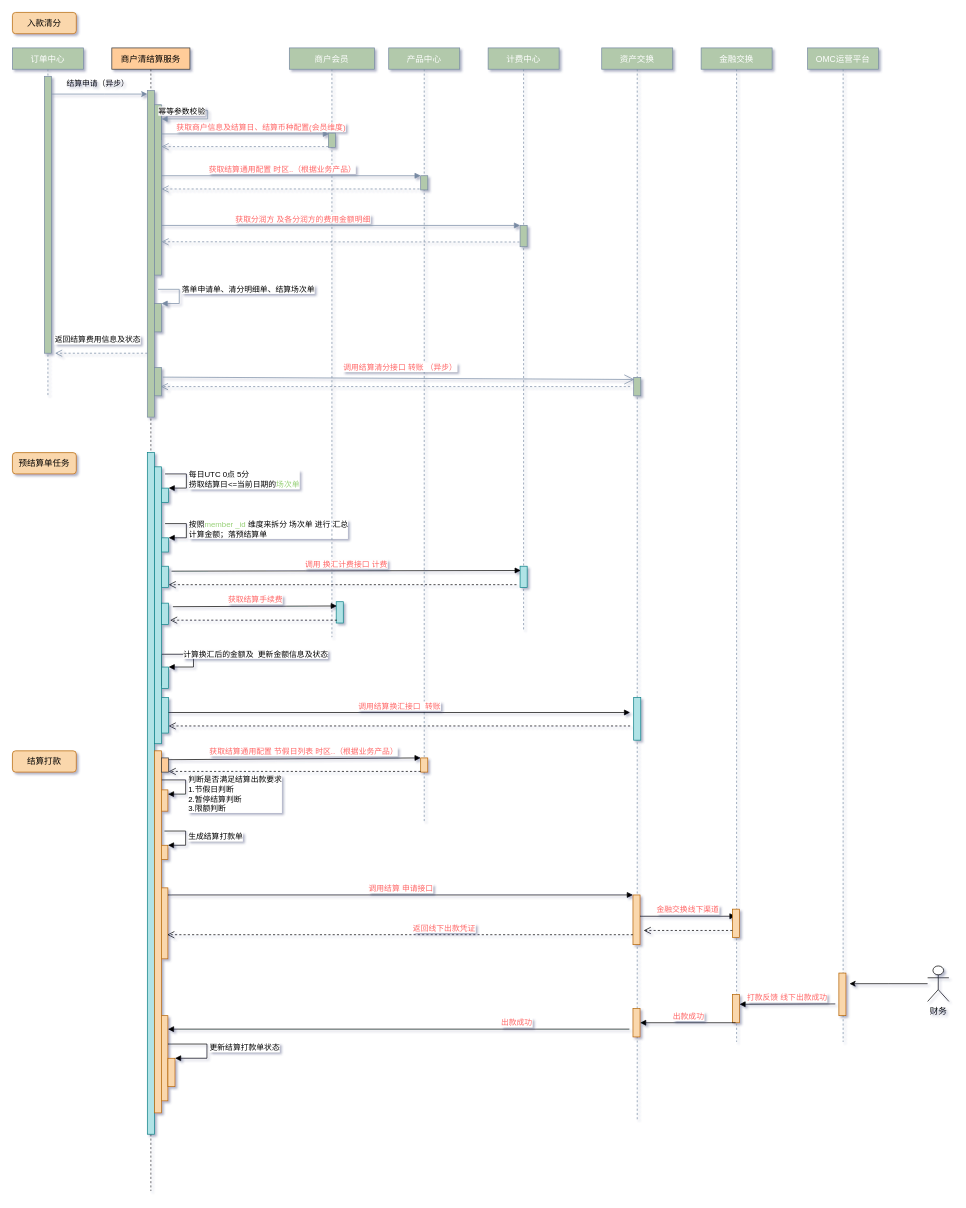
Above: merchant-settle/Untitled Diagram.drawio in DominicElvira/Diagrams (draw.io), before the change. Source tidied: cells renumbered, new cells numbered last; positions are measured from the earlier drawing's top-left corner, leaving out a move shared by most shapes. Both pictures are drawn from the tidied source at 71%, with x=0, y=0 at pixel (12, 12).
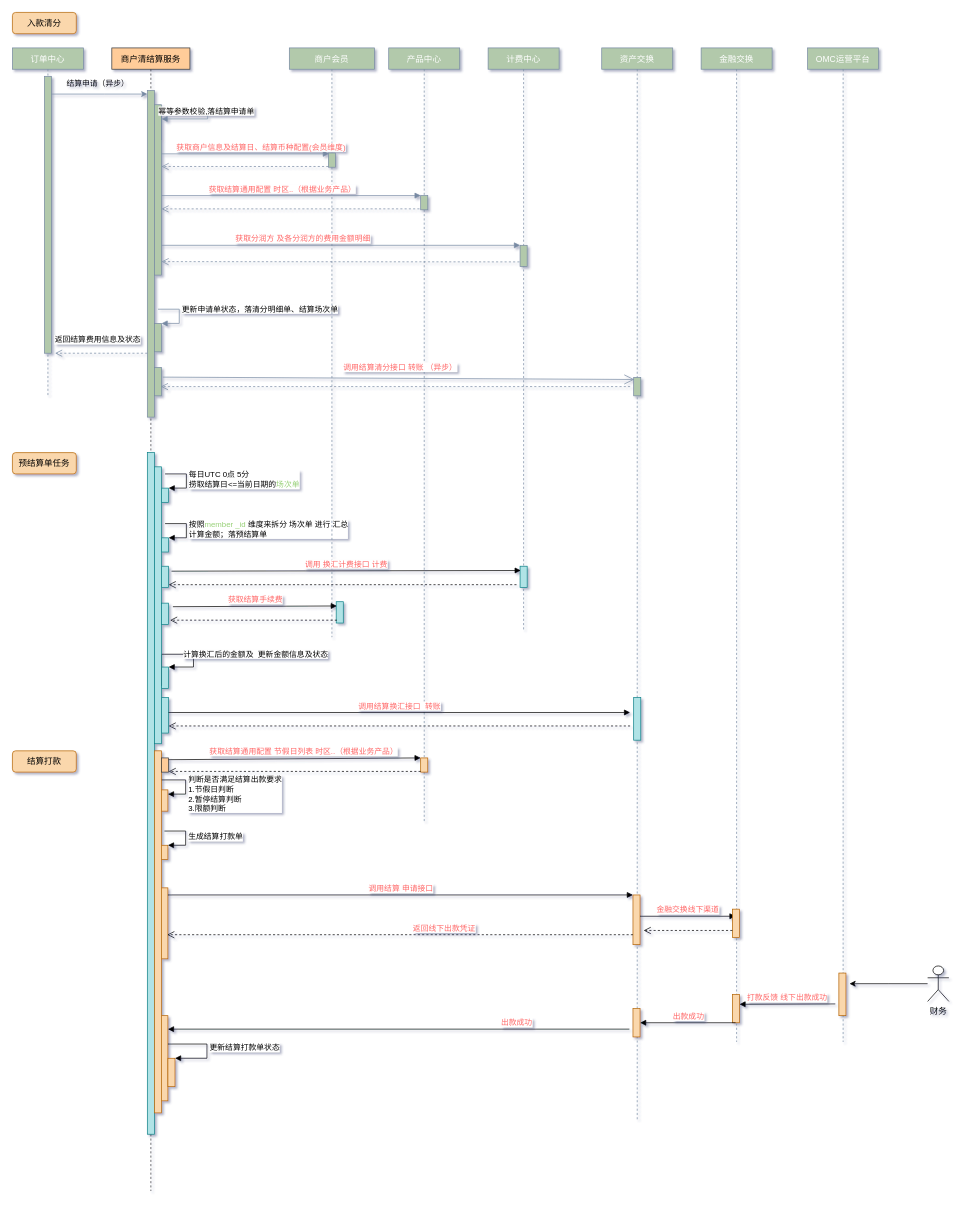
The same page after the edit.

Unchanged cells that the change refers to:
```xml
<mxCell id="4" value="商户清结算服务" style="shape=umlLifeline;perimeter=lifelinePerimeter;shadow=0;strokeWidth=1;fillColor=#ffcc99;strokeColor=#36393d;rounded=0;size=30;" parent="1" vertex="1">
  <mxGeometry x="140" y="50" width="110" height="1610" as="geometry" />
</mxCell>
<mxCell id="6" style="html=1;points=[];perimeter=orthogonalPerimeter;fontSize=11;fontColor=#000000;strokeColor=#788AA3;fillColor=#B2C9AB;" parent="4" vertex="1">
  <mxGeometry x="60" y="80" width="10" height="240" as="geometry" />
</mxCell>
<mxCell id="32" value="计费中心" style="shape=umlLifeline;perimeter=lifelinePerimeter;shadow=0;strokeWidth=1;fillColor=#B2C9AB;strokeColor=#788AA3;fontColor=#FFFFFF;rounded=0;size=30;" parent="1" vertex="1">
  <mxGeometry x="670" y="50" width="100" height="820" as="geometry" />
</mxCell>
<mxCell id="42" value="商户会员" style="shape=umlLifeline;perimeter=lifelinePerimeter;shadow=0;strokeWidth=1;fillColor=#B2C9AB;strokeColor=#788AA3;fontColor=#FFFFFF;rounded=0;size=30;" parent="1" vertex="1">
  <mxGeometry x="390" y="50" width="120" height="830" as="geometry" />
</mxCell>
<mxCell id="48" value="产品中心" style="shape=umlLifeline;perimeter=lifelinePerimeter;shadow=0;strokeWidth=1;fillColor=#B2C9AB;strokeColor=#788AA3;fontColor=#FFFFFF;rounded=0;size=30;" parent="1" vertex="1">
  <mxGeometry x="530" y="50" width="100" height="1090" as="geometry" />
</mxCell>
```

The edit, as a diff of the source:
```diff
@@
-    <mxCell id="7" value="幂等参数校验" style="edgeStyle=orthogonalEdgeStyle;html=1;align=left;spacingLeft=2;endArrow=block;rounded=0;fontSize=11;fontColor=#000000;strokeColor=#788AA3;fillColor=#B2C9AB;curved=0;exitX=1.003;exitY=0.207;exitDx=0;exitDy=0;exitPerimeter=0;" parent="4" edge="1" source="6" target="6">
+    <mxCell id="7" value="幂等参数校验,落结算申请单" style="edgeStyle=orthogonalEdgeStyle;html=1;align=left;spacingLeft=2;endArrow=block;rounded=0;fontSize=11;fontColor=#000000;strokeColor=#788AA3;fillColor=#B2C9AB;curved=0;exitX=1.003;exitY=0.207;exitDx=0;exitDy=0;exitPerimeter=0;" parent="4" edge="1" source="6" target="6">
       <mxGeometry x="-0.55" y="8" relative="1" as="geometry">
         <Array as="points">
           <mxPoint x="135" y="88" />
           <mxPoint x="135" y="100" />
         </Array>
       </mxGeometry>
     </mxCell>
     <mxCell id="8" style="html=1;points=[];perimeter=orthogonalPerimeter;fontSize=11;fontColor=#000000;strokeColor=#788AA3;fillColor=#B2C9AB;" parent="4" vertex="1">
-      <mxGeometry x="60" y="360" width="10" height="40" as="geometry" />
+      <mxGeometry x="60" y="388" width="10" height="40" as="geometry" />
     </mxCell>
-    <mxCell id="9" value="落单申请单、清分明细单、结算场次单" style="edgeStyle=orthogonalEdgeStyle;html=1;align=left;spacingLeft=2;endArrow=block;rounded=0;entryX=1;entryY=0;fontSize=11;fontColor=#000000;strokeColor=#788AA3;strokeWidth=1;fillColor=#B2C9AB;curved=0;jumpStyle=none;" parent="4" edge="1" target="8">
+    <mxCell id="9" value="更新申请单状态，落清分明细单、结算场次单" style="edgeStyle=orthogonalEdgeStyle;html=1;align=left;spacingLeft=2;endArrow=block;rounded=0;entryX=1;entryY=0;fontSize=11;fontColor=#000000;strokeColor=#788AA3;strokeWidth=1;fillColor=#B2C9AB;curved=0;jumpStyle=none;" parent="4" edge="1" target="8">
       <mxGeometry x="-0.2" relative="1" as="geometry">
-        <mxPoint x="65" y="340" as="sourcePoint" />
+        <mxPoint x="65" y="368" as="sourcePoint" />
         <Array as="points">
-          <mxPoint x="95" y="340" />
+          <mxPoint x="95" y="368" />
         </Array>
       </mxGeometry>
     </mxCell>
@@
     <mxCell id="33" style="html=1;points=[];perimeter=orthogonalPerimeter;fontSize=11;fontColor=#000000;strokeColor=#788AA3;fillColor=#B2C9AB;" parent="32" vertex="1">
-      <mxGeometry x="45" y="250" width="10" height="30" as="geometry" />
+      <mxGeometry x="45" y="278" width="10" height="30" as="geometry" />
     </mxCell>
@@
     <mxCell id="43" style="html=1;points=[];perimeter=orthogonalPerimeter;fontSize=11;fontColor=#000000;strokeColor=#788AA3;fillColor=#B2C9AB;" parent="42" vertex="1">
-      <mxGeometry x="55" y="120" width="10" height="20" as="geometry" />
+      <mxGeometry x="55" y="148" width="10" height="20" as="geometry" />
     </mxCell>
@@
-    <mxCell id="46" value="&lt;font color=&quot;#ff6666&quot;&gt;获取商户信息及结算日、结算币种配置(会员维度)&lt;/font&gt;" style="html=1;verticalAlign=bottom;endArrow=block;fontSize=11;fontColor=#000000;strokeColor=#788AA3;fillColor=#B2C9AB;curved=0;entryX=0.083;entryY=0.058;entryDx=0;entryDy=0;entryPerimeter=0;strokeWidth=1;jumpStyle=none;" parent="1" edge="1" source="6" target="43">
-      <mxGeometry x="0.19" relative="1" as="geometry" />
+    <mxCell id="46" value="&lt;font color=&quot;#ff6666&quot;&gt;获取商户信息及结算日、结算币种配置(会员维度)&lt;/font&gt;" style="html=1;verticalAlign=bottom;endArrow=block;fontSize=11;fontColor=#000000;strokeColor=#788AA3;fillColor=#B2C9AB;curved=0;entryX=0.083;entryY=0.058;entryDx=0;entryDy=0;entryPerimeter=0;strokeWidth=1;jumpStyle=none;" parent="1" edge="1" target="43">
+      <mxGeometry x="0.19" relative="1" as="geometry">
+        <mxPoint x="210" y="199.2" as="sourcePoint" />
+      </mxGeometry>
     </mxCell>
-    <mxCell id="47" style="html=1;verticalAlign=bottom;endArrow=open;dashed=1;endSize=8;exitX=0;exitY=0.95;fontSize=11;fontColor=#000000;strokeColor=#788AA3;fillColor=#B2C9AB;curved=0;" parent="1" edge="1" source="43" target="6">
-      <mxGeometry x="0.28" y="-1" relative="1" as="geometry" />
+    <mxCell id="47" style="html=1;verticalAlign=bottom;endArrow=open;dashed=1;endSize=8;exitX=0;exitY=0.95;fontSize=11;fontColor=#000000;strokeColor=#788AA3;fillColor=#B2C9AB;curved=0;" parent="1" edge="1" source="43">
+      <mxGeometry x="0.28" y="-1" relative="1" as="geometry">
+        <mxPoint x="210" y="217" as="targetPoint" />
+      </mxGeometry>
     </mxCell>
@@
     <mxCell id="49" style="html=1;points=[];perimeter=orthogonalPerimeter;fontSize=11;fontColor=#000000;strokeColor=#788AA3;fillColor=#B2C9AB;" parent="48" vertex="1">
-      <mxGeometry x="45" y="180" width="10" height="20" as="geometry" />
+      <mxGeometry x="45" y="208" width="10" height="20" as="geometry" />
     </mxCell>
@@
     <mxCell id="51" value="&lt;font color=&quot;#ff6666&quot;&gt;获取结算通用配置 时区..（根据&lt;/font&gt;&lt;span style=&quot;color: rgb(255 , 102 , 102)&quot;&gt;业务产品&lt;/span&gt;&lt;font color=&quot;#ff6666&quot;&gt;）&lt;/font&gt;" style="html=1;verticalAlign=bottom;endArrow=block;entryX=0;entryY=0;fontSize=11;fontColor=#000000;strokeColor=#788AA3;fillColor=#B2C9AB;curved=0;jumpStyle=none;" parent="1" edge="1">
       <mxGeometry x="-0.07" relative="1" as="geometry">
-        <mxPoint x="210" y="230" as="sourcePoint" />
-        <mxPoint x="575" y="230" as="targetPoint" />
+        <mxPoint x="210" y="258" as="sourcePoint" />
+        <mxPoint x="575" y="258" as="targetPoint" />
       </mxGeometry>
     </mxCell>
-    <mxCell id="52" style="html=1;verticalAlign=bottom;endArrow=open;dashed=1;endSize=8;fontSize=11;fontColor=#000000;strokeColor=#788AA3;fillColor=#B2C9AB;curved=0;exitX=-0.167;exitY=0.933;exitDx=0;exitDy=0;exitPerimeter=0;" parent="1" edge="1" source="49" target="6">
-      <mxGeometry x="0.12" y="32" relative="1" as="geometry" />
+    <mxCell id="52" style="html=1;verticalAlign=bottom;endArrow=open;dashed=1;endSize=8;fontSize=11;fontColor=#000000;strokeColor=#788AA3;fillColor=#B2C9AB;curved=0;exitX=-0.167;exitY=0.933;exitDx=0;exitDy=0;exitPerimeter=0;" parent="1" edge="1" source="49">
+      <mxGeometry x="0.12" y="32" relative="1" as="geometry">
+        <mxPoint x="210" y="276.7" as="targetPoint" />
+      </mxGeometry>
     </mxCell>
     <mxCell id="53" value="&lt;font color=&quot;#ff6666&quot;&gt;获取分润方 及各分润方的费用金额明细&lt;/font&gt;" style="html=1;verticalAlign=bottom;endArrow=block;entryX=0;entryY=0;fontSize=11;fontColor=#000000;strokeColor=#788AA3;strokeWidth=1;fillColor=#B2C9AB;curved=0;jumpStyle=none;" parent="1" edge="1" target="33">
       <mxGeometry x="-0.21" relative="1" as="geometry">
-        <mxPoint x="210" y="300" as="sourcePoint" />
+        <mxPoint x="210" y="328" as="sourcePoint" />
       </mxGeometry>
     </mxCell>
     <mxCell id="54" style="html=1;verticalAlign=bottom;endArrow=open;dashed=1;endSize=8;fontSize=11;fontColor=#000000;strokeColor=#788AA3;strokeWidth=1;fillColor=#B2C9AB;curved=0;jumpStyle=none;exitX=-0.083;exitY=0.779;exitDx=0;exitDy=0;exitPerimeter=0;" parent="1" edge="1" source="33">
       <mxGeometry relative="1" as="geometry">
-        <mxPoint x="210" y="323" as="targetPoint" />
+        <mxPoint x="210" y="351" as="targetPoint" />
       </mxGeometry>
     </mxCell>
```
